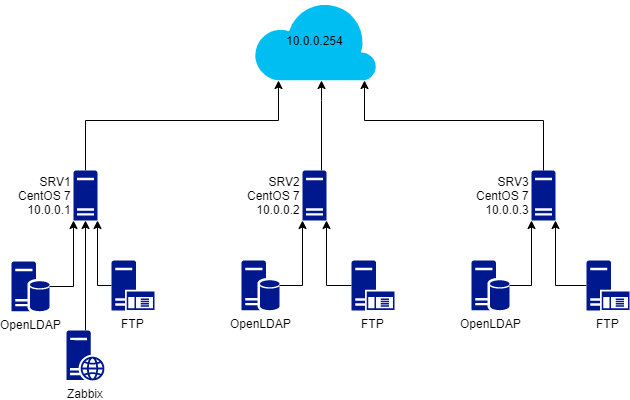
Earlier version of the draw.io export los_infra.png (LPresence/TPopensource). Source tidied: cells renumbered, new cells last; positions are measured from the earlier drawing's top-left corner, leaving out a move shared by most shapes. Source of this version:
```xml
<mxGraphModel>
  <root>
    <mxCell id="0" />
    <mxCell id="1" parent="0" />
    <mxCell id="2" value="10.0.0.254" style="verticalLabelPosition=middle;html=1;verticalAlign=middle;align=center;strokeColor=none;fillColor=#00BEF2;shape=mxgraph.azure.cloud;labelPosition=center;" parent="1" vertex="1">
      <mxGeometry x="242" width="123" height="80" as="geometry" />
    </mxCell>
    <mxCell id="3" style="edgeStyle=orthogonalEdgeStyle;rounded=0;jettySize=auto;html=1;entryX=0.2;entryY=1;entryDx=0;entryDy=0;entryPerimeter=0;" parent="1" edge="1" source="4" target="2">
      <mxGeometry relative="1" as="geometry">
        <Array as="points">
          <mxPoint x="74" y="120" />
          <mxPoint x="267" y="120" />
        </Array>
      </mxGeometry>
    </mxCell>
    <mxCell id="4" value="SRV1&lt;br&gt;CentOS 7&lt;br&gt;10.0.0.1" style="shadow=0;dashed=0;html=1;strokeColor=none;labelPosition=left;verticalLabelPosition=middle;verticalAlign=middle;align=right;fillColor=#00188D;shape=mxgraph.mscae.enterprise.server_generic;" parent="1" vertex="1">
      <mxGeometry x="62" y="170" width="24" height="50" as="geometry" />
    </mxCell>
    <mxCell id="5" style="edgeStyle=orthogonalEdgeStyle;rounded=0;jettySize=auto;html=1;" parent="1" edge="1" source="6" target="2">
      <mxGeometry relative="1" as="geometry">
        <Array as="points">
          <mxPoint x="310" y="100" />
          <mxPoint x="310" y="100" />
        </Array>
      </mxGeometry>
    </mxCell>
    <mxCell id="6" value="SRV2&lt;br&gt;CentOS 7&lt;br&gt;10.0.0.2" style="shadow=0;dashed=0;html=1;strokeColor=none;labelPosition=left;verticalLabelPosition=middle;verticalAlign=middle;align=right;fillColor=#00188D;shape=mxgraph.mscae.enterprise.server_generic;" parent="1" vertex="1">
      <mxGeometry x="291" y="170" width="24" height="50" as="geometry" />
    </mxCell>
    <mxCell id="7" style="edgeStyle=orthogonalEdgeStyle;rounded=0;jettySize=auto;html=1;entryX=0.9;entryY=1;entryDx=0;entryDy=0;entryPerimeter=0;" parent="1" edge="1" source="8" target="2">
      <mxGeometry relative="1" as="geometry">
        <Array as="points">
          <mxPoint x="532" y="120" />
          <mxPoint x="353" y="120" />
        </Array>
      </mxGeometry>
    </mxCell>
    <mxCell id="8" value="SRV3&lt;br&gt;CentOS 7&lt;br&gt;10.0.0.3" style="shadow=0;dashed=0;html=1;strokeColor=none;labelPosition=left;verticalLabelPosition=middle;verticalAlign=middle;align=right;fillColor=#00188D;shape=mxgraph.mscae.enterprise.server_generic;" parent="1" vertex="1">
      <mxGeometry x="520" y="170" width="24" height="50" as="geometry" />
    </mxCell>
    <mxCell id="9" style="edgeStyle=orthogonalEdgeStyle;rounded=0;jettySize=auto;html=1;entryX=0;entryY=1;entryDx=0;entryDy=0;entryPerimeter=0;" parent="1" edge="1" source="10" target="4">
      <mxGeometry relative="1" as="geometry" />
    </mxCell>
    <mxCell id="10" value="OpenLDAP" style="shadow=0;dashed=0;html=1;strokeColor=none;labelPosition=center;verticalLabelPosition=bottom;verticalAlign=top;align=center;fillColor=#00188D;shape=mxgraph.mscae.enterprise.database_server;" parent="1" vertex="1">
      <mxGeometry y="261" width="38" height="50" as="geometry" />
    </mxCell>
    <mxCell id="11" style="edgeStyle=orthogonalEdgeStyle;rounded=0;jettySize=auto;html=1;entryX=0;entryY=1;entryDx=0;entryDy=0;entryPerimeter=0;" parent="1" edge="1" source="12" target="6">
      <mxGeometry relative="1" as="geometry" />
    </mxCell>
    <mxCell id="12" value="OpenLDAP" style="shadow=0;dashed=0;html=1;strokeColor=none;labelPosition=center;verticalLabelPosition=bottom;verticalAlign=top;align=center;fillColor=#00188D;shape=mxgraph.mscae.enterprise.database_server;" parent="1" vertex="1">
      <mxGeometry x="230" y="260" width="38" height="50" as="geometry" />
    </mxCell>
    <mxCell id="13" style="edgeStyle=orthogonalEdgeStyle;rounded=0;jettySize=auto;html=1;entryX=0;entryY=1;entryDx=0;entryDy=0;entryPerimeter=0;" parent="1" edge="1" source="14" target="8">
      <mxGeometry relative="1" as="geometry" />
    </mxCell>
    <mxCell id="14" value="OpenLDAP" style="shadow=0;dashed=0;html=1;strokeColor=none;labelPosition=center;verticalLabelPosition=bottom;verticalAlign=top;align=center;fillColor=#00188D;shape=mxgraph.mscae.enterprise.database_server;" parent="1" vertex="1">
      <mxGeometry x="460" y="260" width="38" height="50" as="geometry" />
    </mxCell>
    <mxCell id="15" style="edgeStyle=orthogonalEdgeStyle;rounded=0;jettySize=auto;html=1;entryX=1;entryY=1;entryDx=0;entryDy=0;entryPerimeter=0;" parent="1" edge="1" source="16" target="4">
      <mxGeometry relative="1" as="geometry">
        <Array as="points">
          <mxPoint x="86" y="285" />
        </Array>
      </mxGeometry>
    </mxCell>
    <mxCell id="16" value="FTP" style="shadow=0;dashed=0;html=1;strokeColor=none;labelPosition=center;verticalLabelPosition=bottom;verticalAlign=top;align=center;fillColor=#00188D;shape=mxgraph.mscae.enterprise.application_server;" parent="1" vertex="1">
      <mxGeometry x="100" y="260" width="43" height="50" as="geometry" />
    </mxCell>
    <mxCell id="17" style="edgeStyle=orthogonalEdgeStyle;rounded=0;jettySize=auto;html=1;entryX=1;entryY=1;entryDx=0;entryDy=0;entryPerimeter=0;" parent="1" edge="1" source="18" target="6">
      <mxGeometry relative="1" as="geometry" />
    </mxCell>
    <mxCell id="18" value="FTP" style="shadow=0;dashed=0;html=1;strokeColor=none;labelPosition=center;verticalLabelPosition=bottom;verticalAlign=top;align=center;fillColor=#00188D;shape=mxgraph.mscae.enterprise.application_server;" parent="1" vertex="1">
      <mxGeometry x="340" y="260" width="43" height="50" as="geometry" />
    </mxCell>
    <mxCell id="19" style="edgeStyle=orthogonalEdgeStyle;rounded=0;jettySize=auto;html=1;entryX=1;entryY=1;entryDx=0;entryDy=0;entryPerimeter=0;" parent="1" edge="1" source="20" target="8">
      <mxGeometry relative="1" as="geometry" />
    </mxCell>
    <mxCell id="20" value="FTP" style="shadow=0;dashed=0;html=1;strokeColor=none;labelPosition=center;verticalLabelPosition=bottom;verticalAlign=top;align=center;fillColor=#00188D;shape=mxgraph.mscae.enterprise.application_server;" parent="1" vertex="1">
      <mxGeometry x="575" y="260" width="43" height="50" as="geometry" />
    </mxCell>
    <mxCell id="21" style="edgeStyle=orthogonalEdgeStyle;rounded=0;jettySize=auto;html=1;entryX=0.5;entryY=1;entryDx=0;entryDy=0;entryPerimeter=0;" parent="1" edge="1" source="22" target="4">
      <mxGeometry relative="1" as="geometry" />
    </mxCell>
    <mxCell id="22" value="Zabbix" style="shadow=0;dashed=0;html=1;strokeColor=none;labelPosition=center;verticalLabelPosition=bottom;verticalAlign=top;align=center;fillColor=#00188D;shape=mxgraph.mscae.enterprise.web_server;" parent="1" vertex="1">
      <mxGeometry x="55" y="330" width="38" height="50" as="geometry" />
    </mxCell>
  </root>
</mxGraphModel>
```
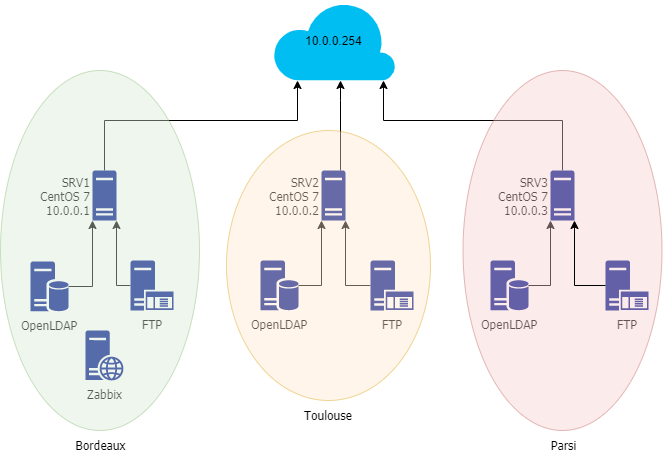
The same file after the commit.

The edit, as a diff of the source:
```diff
@@ -5,7 +5,7 @@
     <mxCell id="2" value="10.0.0.254" style="verticalLabelPosition=middle;html=1;verticalAlign=middle;align=center;strokeColor=none;fillColor=#00BEF2;shape=mxgraph.azure.cloud;labelPosition=center;" parent="1" vertex="1">
       <mxGeometry x="242" width="123" height="80" as="geometry" />
     </mxCell>
-    <mxCell id="3" style="edgeStyle=orthogonalEdgeStyle;rounded=0;jettySize=auto;html=1;entryX=0.2;entryY=1;entryDx=0;entryDy=0;entryPerimeter=0;" parent="1" edge="1" source="4" target="2">
+    <mxCell id="3" style="edgeStyle=orthogonalEdgeStyle;rounded=0;jettySize=auto;html=1;entryX=0.2;entryY=1;entryDx=0;entryDy=0;entryPerimeter=0;fontFamily=Tahoma;" parent="1" edge="1" source="4" target="2">
       <mxGeometry relative="1" as="geometry">
         <Array as="points">
           <mxPoint x="74" y="120" />
@@ -13,10 +13,10 @@
         </Array>
       </mxGeometry>
     </mxCell>
-    <mxCell id="4" value="SRV1&lt;br&gt;CentOS 7&lt;br&gt;10.0.0.1" style="shadow=0;dashed=0;html=1;strokeColor=none;labelPosition=left;verticalLabelPosition=middle;verticalAlign=middle;align=right;fillColor=#00188D;shape=mxgraph.mscae.enterprise.server_generic;" parent="1" vertex="1">
+    <mxCell id="4" value="SRV1&lt;br&gt;CentOS 7&lt;br&gt;10.0.0.1" style="shadow=0;dashed=0;html=1;strokeColor=none;labelPosition=left;verticalLabelPosition=middle;verticalAlign=middle;align=right;fillColor=#00188D;shape=mxgraph.mscae.enterprise.server_generic;fontFamily=Tahoma;" parent="1" vertex="1">
       <mxGeometry x="62" y="170" width="24" height="50" as="geometry" />
     </mxCell>
-    <mxCell id="5" style="edgeStyle=orthogonalEdgeStyle;rounded=0;jettySize=auto;html=1;" parent="1" edge="1" source="6" target="2">
+    <mxCell id="5" style="edgeStyle=orthogonalEdgeStyle;rounded=0;jettySize=auto;html=1;fontFamily=Tahoma;" parent="1" edge="1" source="6" target="2">
       <mxGeometry relative="1" as="geometry">
         <Array as="points">
           <mxPoint x="310" y="100" />
@@ -24,10 +24,10 @@
         </Array>
       </mxGeometry>
     </mxCell>
-    <mxCell id="6" value="SRV2&lt;br&gt;CentOS 7&lt;br&gt;10.0.0.2" style="shadow=0;dashed=0;html=1;strokeColor=none;labelPosition=left;verticalLabelPosition=middle;verticalAlign=middle;align=right;fillColor=#00188D;shape=mxgraph.mscae.enterprise.server_generic;" parent="1" vertex="1">
+    <mxCell id="6" value="SRV2&lt;br&gt;CentOS 7&lt;br&gt;10.0.0.2" style="shadow=0;dashed=0;html=1;strokeColor=none;labelPosition=left;verticalLabelPosition=middle;verticalAlign=middle;align=right;fillColor=#00188D;shape=mxgraph.mscae.enterprise.server_generic;fontFamily=Tahoma;" parent="1" vertex="1">
       <mxGeometry x="291" y="170" width="24" height="50" as="geometry" />
     </mxCell>
-    <mxCell id="7" style="edgeStyle=orthogonalEdgeStyle;rounded=0;jettySize=auto;html=1;entryX=0.9;entryY=1;entryDx=0;entryDy=0;entryPerimeter=0;" parent="1" edge="1" source="8" target="2">
+    <mxCell id="7" style="edgeStyle=orthogonalEdgeStyle;rounded=0;jettySize=auto;html=1;entryX=0.9;entryY=1;entryDx=0;entryDy=0;entryPerimeter=0;fontFamily=Tahoma;" parent="1" edge="1" source="8" target="2">
       <mxGeometry relative="1" as="geometry">
         <Array as="points">
           <mxPoint x="532" y="120" />
@@ -35,54 +35,60 @@
         </Array>
       </mxGeometry>
     </mxCell>
-    <mxCell id="8" value="SRV3&lt;br&gt;CentOS 7&lt;br&gt;10.0.0.3" style="shadow=0;dashed=0;html=1;strokeColor=none;labelPosition=left;verticalLabelPosition=middle;verticalAlign=middle;align=right;fillColor=#00188D;shape=mxgraph.mscae.enterprise.server_generic;" parent="1" vertex="1">
+    <mxCell id="8" value="SRV3&lt;br&gt;CentOS 7&lt;br&gt;10.0.0.3" style="shadow=0;dashed=0;html=1;strokeColor=none;labelPosition=left;verticalLabelPosition=middle;verticalAlign=middle;align=right;fillColor=#00188D;shape=mxgraph.mscae.enterprise.server_generic;fontFamily=Tahoma;" parent="1" vertex="1">
       <mxGeometry x="520" y="170" width="24" height="50" as="geometry" />
     </mxCell>
-    <mxCell id="9" style="edgeStyle=orthogonalEdgeStyle;rounded=0;jettySize=auto;html=1;entryX=0;entryY=1;entryDx=0;entryDy=0;entryPerimeter=0;" parent="1" edge="1" source="10" target="4">
+    <mxCell id="9" style="edgeStyle=orthogonalEdgeStyle;rounded=0;jettySize=auto;html=1;entryX=0;entryY=1;entryDx=0;entryDy=0;entryPerimeter=0;fontFamily=Tahoma;" parent="1" edge="1" source="10" target="4">
       <mxGeometry relative="1" as="geometry" />
     </mxCell>
-    <mxCell id="10" value="OpenLDAP" style="shadow=0;dashed=0;html=1;strokeColor=none;labelPosition=center;verticalLabelPosition=bottom;verticalAlign=top;align=center;fillColor=#00188D;shape=mxgraph.mscae.enterprise.database_server;" parent="1" vertex="1">
+    <mxCell id="10" value="OpenLDAP" style="shadow=0;dashed=0;html=1;strokeColor=none;labelPosition=center;verticalLabelPosition=bottom;verticalAlign=top;align=center;fillColor=#00188D;shape=mxgraph.mscae.enterprise.database_server;fontFamily=Tahoma;" parent="1" vertex="1">
       <mxGeometry y="261" width="38" height="50" as="geometry" />
     </mxCell>
-    <mxCell id="11" style="edgeStyle=orthogonalEdgeStyle;rounded=0;jettySize=auto;html=1;entryX=0;entryY=1;entryDx=0;entryDy=0;entryPerimeter=0;" parent="1" edge="1" source="12" target="6">
+    <mxCell id="11" style="edgeStyle=orthogonalEdgeStyle;rounded=0;jettySize=auto;html=1;entryX=0;entryY=1;entryDx=0;entryDy=0;entryPerimeter=0;fontFamily=Tahoma;" parent="1" edge="1" source="12" target="6">
       <mxGeometry relative="1" as="geometry" />
     </mxCell>
-    <mxCell id="12" value="OpenLDAP" style="shadow=0;dashed=0;html=1;strokeColor=none;labelPosition=center;verticalLabelPosition=bottom;verticalAlign=top;align=center;fillColor=#00188D;shape=mxgraph.mscae.enterprise.database_server;" parent="1" vertex="1">
+    <mxCell id="12" value="OpenLDAP" style="shadow=0;dashed=0;html=1;strokeColor=none;labelPosition=center;verticalLabelPosition=bottom;verticalAlign=top;align=center;fillColor=#00188D;shape=mxgraph.mscae.enterprise.database_server;fontFamily=Tahoma;" parent="1" vertex="1">
       <mxGeometry x="230" y="260" width="38" height="50" as="geometry" />
     </mxCell>
-    <mxCell id="13" style="edgeStyle=orthogonalEdgeStyle;rounded=0;jettySize=auto;html=1;entryX=0;entryY=1;entryDx=0;entryDy=0;entryPerimeter=0;" parent="1" edge="1" source="14" target="8">
+    <mxCell id="13" style="edgeStyle=orthogonalEdgeStyle;rounded=0;jettySize=auto;html=1;entryX=0;entryY=1;entryDx=0;entryDy=0;entryPerimeter=0;fontFamily=Tahoma;" parent="1" edge="1" source="14" target="8">
       <mxGeometry relative="1" as="geometry" />
     </mxCell>
-    <mxCell id="14" value="OpenLDAP" style="shadow=0;dashed=0;html=1;strokeColor=none;labelPosition=center;verticalLabelPosition=bottom;verticalAlign=top;align=center;fillColor=#00188D;shape=mxgraph.mscae.enterprise.database_server;" parent="1" vertex="1">
+    <mxCell id="14" value="OpenLDAP" style="shadow=0;dashed=0;html=1;strokeColor=none;labelPosition=center;verticalLabelPosition=bottom;verticalAlign=top;align=center;fillColor=#00188D;shape=mxgraph.mscae.enterprise.database_server;fontFamily=Tahoma;" parent="1" vertex="1">
       <mxGeometry x="460" y="260" width="38" height="50" as="geometry" />
     </mxCell>
-    <mxCell id="15" style="edgeStyle=orthogonalEdgeStyle;rounded=0;jettySize=auto;html=1;entryX=1;entryY=1;entryDx=0;entryDy=0;entryPerimeter=0;" parent="1" edge="1" source="16" target="4">
+    <mxCell id="15" style="edgeStyle=orthogonalEdgeStyle;rounded=0;jettySize=auto;html=1;entryX=1;entryY=1;entryDx=0;entryDy=0;entryPerimeter=0;fontFamily=Tahoma;" parent="1" edge="1" source="16" target="4">
       <mxGeometry relative="1" as="geometry">
         <Array as="points">
           <mxPoint x="86" y="285" />
         </Array>
       </mxGeometry>
     </mxCell>
-    <mxCell id="16" value="FTP" style="shadow=0;dashed=0;html=1;strokeColor=none;labelPosition=center;verticalLabelPosition=bottom;verticalAlign=top;align=center;fillColor=#00188D;shape=mxgraph.mscae.enterprise.application_server;" parent="1" vertex="1">
+    <mxCell id="16" value="FTP" style="shadow=0;dashed=0;html=1;strokeColor=none;labelPosition=center;verticalLabelPosition=bottom;verticalAlign=top;align=center;fillColor=#00188D;shape=mxgraph.mscae.enterprise.application_server;fontFamily=Tahoma;" parent="1" vertex="1">
       <mxGeometry x="100" y="260" width="43" height="50" as="geometry" />
     </mxCell>
-    <mxCell id="17" style="edgeStyle=orthogonalEdgeStyle;rounded=0;jettySize=auto;html=1;entryX=1;entryY=1;entryDx=0;entryDy=0;entryPerimeter=0;" parent="1" edge="1" source="18" target="6">
+    <mxCell id="17" style="edgeStyle=orthogonalEdgeStyle;rounded=0;jettySize=auto;html=1;entryX=1;entryY=1;entryDx=0;entryDy=0;entryPerimeter=0;fontFamily=Tahoma;" parent="1" edge="1" source="18" target="6">
       <mxGeometry relative="1" as="geometry" />
     </mxCell>
-    <mxCell id="18" value="FTP" style="shadow=0;dashed=0;html=1;strokeColor=none;labelPosition=center;verticalLabelPosition=bottom;verticalAlign=top;align=center;fillColor=#00188D;shape=mxgraph.mscae.enterprise.application_server;" parent="1" vertex="1">
+    <mxCell id="18" value="FTP" style="shadow=0;dashed=0;html=1;strokeColor=none;labelPosition=center;verticalLabelPosition=bottom;verticalAlign=top;align=center;fillColor=#00188D;shape=mxgraph.mscae.enterprise.application_server;fontFamily=Tahoma;" parent="1" vertex="1">
       <mxGeometry x="340" y="260" width="43" height="50" as="geometry" />
     </mxCell>
+    <mxCell id="20" value="FTP" style="shadow=0;dashed=0;html=1;strokeColor=none;labelPosition=center;verticalLabelPosition=bottom;verticalAlign=top;align=center;fillColor=#00188D;shape=mxgraph.mscae.enterprise.application_server;fontFamily=Tahoma;" parent="1" vertex="1">
+      <mxGeometry x="575" y="260" width="43" height="50" as="geometry" />
+    </mxCell>
+    <mxCell id="22" value="Zabbix" style="shadow=0;dashed=0;html=1;strokeColor=none;labelPosition=center;verticalLabelPosition=bottom;verticalAlign=top;align=center;fillColor=#00188D;shape=mxgraph.mscae.enterprise.web_server;fontFamily=Tahoma;" parent="1" vertex="1">
+      <mxGeometry x="55" y="330" width="38" height="50" as="geometry" />
+    </mxCell>
+    <mxCell id="23" value="Bordeaux" style="ellipse;whiteSpace=wrap;html=1;fillColor=#d5e8d4;strokeColor=#82b366;opacity=40;labelPosition=center;verticalLabelPosition=bottom;align=center;verticalAlign=top;fontFamily=Tahoma;" parent="1" vertex="1">
+      <mxGeometry x="-30" y="70" width="199" height="360" as="geometry" />
+    </mxCell>
+    <mxCell id="24" value="Toulouse" style="ellipse;whiteSpace=wrap;html=1;fillColor=#ffe6cc;strokeColor=#d79b00;opacity=40;labelPosition=center;verticalLabelPosition=bottom;align=center;verticalAlign=top;fontFamily=Tahoma;" parent="1" vertex="1">
+      <mxGeometry x="196" y="130" width="204" height="270" as="geometry" />
+    </mxCell>
+    <mxCell id="25" value="Parsi" style="ellipse;whiteSpace=wrap;html=1;fillColor=#f8cecc;strokeColor=#b85450;opacity=40;labelPosition=center;verticalLabelPosition=bottom;align=center;verticalAlign=top;fontFamily=Tahoma;" parent="1" vertex="1">
+      <mxGeometry x="432.5" y="70" width="199" height="360" as="geometry" />
+    </mxCell>
-    <mxCell id="19" style="edgeStyle=orthogonalEdgeStyle;rounded=0;jettySize=auto;html=1;entryX=1;entryY=1;entryDx=0;entryDy=0;entryPerimeter=0;" parent="1" edge="1" source="20" target="8">
+    <mxCell id="19" style="edgeStyle=orthogonalEdgeStyle;rounded=0;jettySize=auto;html=1;fontFamily=Tahoma;entryX=1;entryY=1;entryDx=0;entryDy=0;entryPerimeter=0;" parent="1" edge="1" source="20" target="8">
       <mxGeometry relative="1" as="geometry" />
     </mxCell>
-    <mxCell id="20" value="FTP" style="shadow=0;dashed=0;html=1;strokeColor=none;labelPosition=center;verticalLabelPosition=bottom;verticalAlign=top;align=center;fillColor=#00188D;shape=mxgraph.mscae.enterprise.application_server;" parent="1" vertex="1">
-      <mxGeometry x="575" y="260" width="43" height="50" as="geometry" />
-    </mxCell>
-    <mxCell id="21" style="edgeStyle=orthogonalEdgeStyle;rounded=0;jettySize=auto;html=1;entryX=0.5;entryY=1;entryDx=0;entryDy=0;entryPerimeter=0;" parent="1" edge="1" source="22" target="4">
-      <mxGeometry relative="1" as="geometry" />
-    </mxCell>
-    <mxCell id="22" value="Zabbix" style="shadow=0;dashed=0;html=1;strokeColor=none;labelPosition=center;verticalLabelPosition=bottom;verticalAlign=top;align=center;fillColor=#00188D;shape=mxgraph.mscae.enterprise.web_server;" parent="1" vertex="1">
-      <mxGeometry x="55" y="330" width="38" height="50" as="geometry" />
-    </mxCell>
   </root>
 </mxGraphModel>
```
